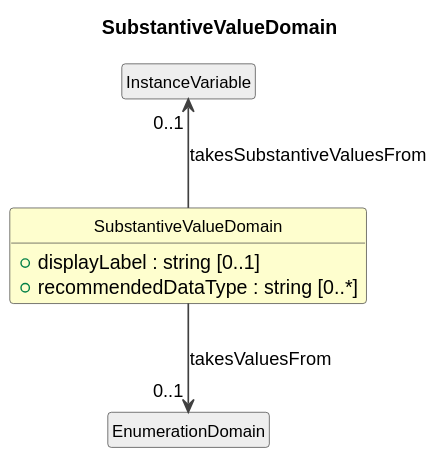
The PlantUML diagram cdif-uml-model/CDIFDataDescription/Classes/SubstantiveValueDomain.svg in Cross-Domain-Interoperability-Framework/metadataBuildingBlocks, before a commit. The source it was exported from:
```plantuml
@startuml
title SubstantiveValueDomain
hide circle
hide empty members
skinparam shadowing false
skinparam ArrowThickness 1.2
skinparam class {
  ArrowColor #404040
  BorderColor #404040
  FontSize 12
}

class "SubstantiveValueDomain" as SubstantiveValueDomain #FEFECE {
  +displayLabel : string [0..1]
  +recommendedDataType : string [0..*]
}
class "InstanceVariable" as InstanceVariable #EEEEEE
InstanceVariable "0..1" <-- SubstantiveValueDomain : takesSubstantiveValuesFrom
class "EnumerationDomain" as EnumerationDomain #EEEEEE
SubstantiveValueDomain --> "0..1" EnumerationDomain : takesValuesFrom
@enduml
```
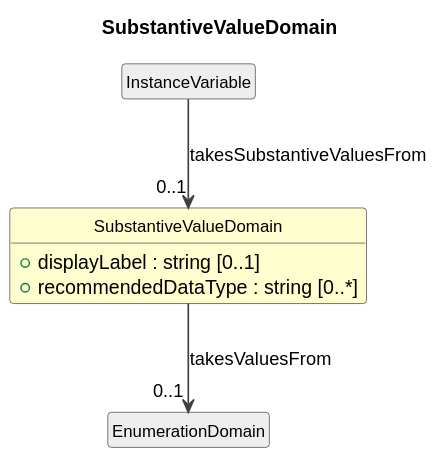
After the commit.

What changed in the source:
```diff
@@ -15,7 +15,7 @@
   +recommendedDataType : string [0..*]
 }
 class "InstanceVariable" as InstanceVariable #EEEEEE
-InstanceVariable "0..1" <-- SubstantiveValueDomain : takesSubstantiveValuesFrom
+InstanceVariable --> "0..1" SubstantiveValueDomain : takesSubstantiveValuesFrom
 class "EnumerationDomain" as EnumerationDomain #EEEEEE
 SubstantiveValueDomain --> "0..1" EnumerationDomain : takesValuesFrom
 @enduml
```
